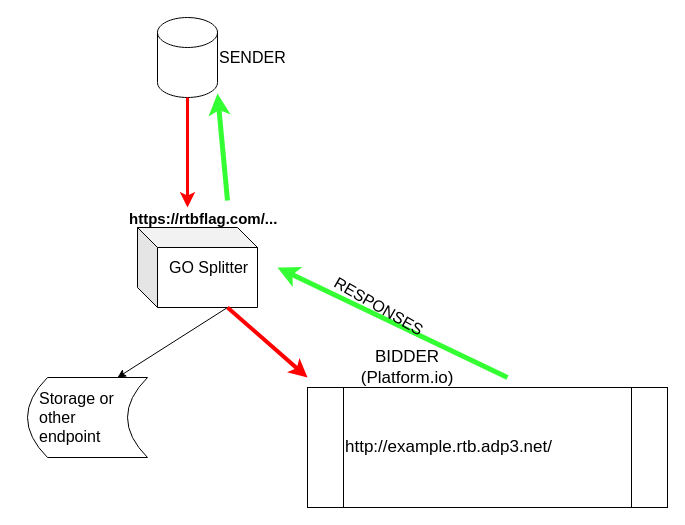
Before: Untitled Diagram.drawio in jenbrannstrom/rtb-listener, a draw.io diagram. Source tidied: cells renumbered, new cells numbered last; positions are measured from the earlier drawing's top-left corner, leaving out a move shared by most shapes. Both pictures are drawn from the tidied source at 100%, with x=0, y=0 at pixel (27, 17).
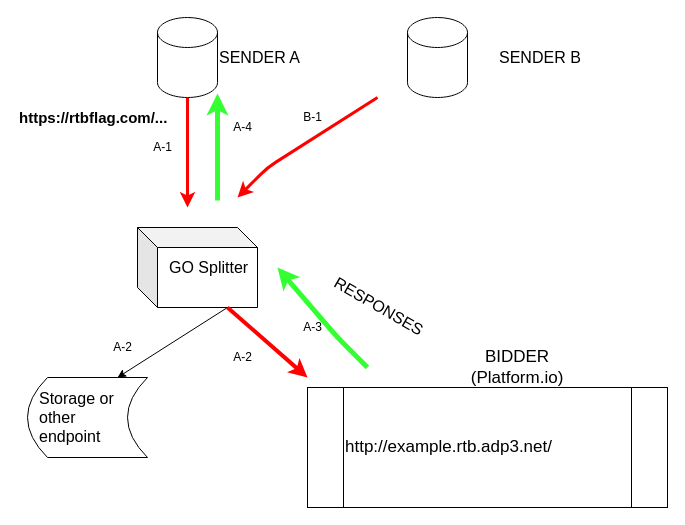
The same diagram, later.

What changed in the source:
```diff
@@
-    <mxCell id="3" value="&lt;span style=&quot;font-size: 16px&quot;&gt;SENDER&lt;/span&gt;" style="text;html=1;strokeColor=none;fillColor=none;align=left;verticalAlign=middle;whiteSpace=wrap;rounded=0;" parent="1" vertex="1">
+    <mxCell id="3" value="&lt;span style=&quot;font-size: 16px&quot;&gt;SENDER A&lt;/span&gt;" style="text;html=1;strokeColor=none;fillColor=none;align=left;verticalAlign=middle;whiteSpace=wrap;rounded=0;" parent="1" vertex="1">
       <mxGeometry x="190" y="30" width="90" height="20" as="geometry" />
     </mxCell>
@@
     <mxCell id="9" value="&lt;font style=&quot;font-size: 15px&quot;&gt;&lt;b&gt;https://rtbflag.com/...&lt;/b&gt;&lt;/font&gt;" style="text;whiteSpace=wrap;html=1;" parent="1" vertex="1">
-      <mxGeometry x="100" y="186" width="160" height="30" as="geometry" />
+      <mxGeometry x="-10" y="85" width="190" height="30" as="geometry" />
     </mxCell>
@@
     <mxCell id="12" value="BIDDER&lt;br&gt;(Platform.io)" style="text;html=1;strokeColor=none;fillColor=none;align=center;verticalAlign=middle;whiteSpace=wrap;rounded=0;fontSize=17;" parent="1" vertex="1">
-      <mxGeometry x="360" y="340" width="40" height="20" as="geometry" />
+      <mxGeometry x="470" y="340" width="40" height="20" as="geometry" />
     </mxCell>
     <mxCell id="13" style="endArrow=classic;html=1;fontSize=22;strokeWidth=5;strokeColor=#33FF33;" parent="1" edge="1">
       <mxGeometry relative="1" as="geometry">
-        <mxPoint x="480" y="360" as="sourcePoint" />
+        <mxPoint x="340" y="350" as="sourcePoint" />
         <mxPoint x="250" y="250" as="targetPoint" />
+        <Array as="points">
+          <mxPoint x="310" y="320" />
+        </Array>
       </mxGeometry>
     </mxCell>
@@
-    <mxCell id="15" style="endArrow=classic;html=1;fontSize=22;strokeWidth=5;exitX=0.625;exitY=-0.1;exitDx=0;exitDy=0;exitPerimeter=0;strokeColor=#33FF33;" parent="1" edge="1" source="9">
+    <mxCell id="15" style="endArrow=classic;html=1;fontSize=22;strokeWidth=5;strokeColor=#33FF33;" parent="1" edge="1">
       <mxGeometry relative="1" as="geometry">
+        <mxPoint x="190" y="183" as="sourcePoint" />
         <mxPoint x="190" y="76" as="targetPoint" />
       </mxGeometry>
     </mxCell>
@@
+    <mxCell id="17" style="shape=cylinder3;whiteSpace=wrap;html=1;boundedLbl=1;backgroundOutline=1;size=15;" parent="1" vertex="1">
+      <mxGeometry x="380" width="60" height="80" as="geometry" />
+    </mxCell>
+    <mxCell id="18" value="&lt;span style=&quot;font-size: 16px&quot;&gt;SENDER B&lt;/span&gt;" style="text;html=1;strokeColor=none;fillColor=none;align=left;verticalAlign=middle;whiteSpace=wrap;rounded=0;" parent="1" vertex="1">
+      <mxGeometry x="470" y="30" width="90" height="20" as="geometry" />
+    </mxCell>
+    <mxCell id="19" style="endArrow=classic;html=1;strokeColor=#FF0000;strokeWidth=3;" parent="1" edge="1">
+      <mxGeometry relative="1" as="geometry">
+        <mxPoint x="350" y="80" as="sourcePoint" />
+        <mxPoint x="210" y="180" as="targetPoint" />
+        <Array as="points">
+          <mxPoint x="240" y="150" />
+        </Array>
+      </mxGeometry>
+    </mxCell>
+    <mxCell id="20" value="A-1" style="text;html=1;align=center;verticalAlign=middle;fillColor=none;strokeColor=none;rounded=0;" parent="1" vertex="1">
+      <mxGeometry x="120" y="120" width="30" height="20" as="geometry" />
+    </mxCell>
+    <mxCell id="21" value="A-2" style="text;html=1;align=center;verticalAlign=middle;fillColor=none;strokeColor=none;rounded=0;" parent="1" vertex="1">
+      <mxGeometry x="200" y="330" width="30" height="20" as="geometry" />
+    </mxCell>
+    <mxCell id="22" value="A-2" style="text;html=1;align=center;verticalAlign=middle;fillColor=none;strokeColor=none;rounded=0;" parent="1" vertex="1">
+      <mxGeometry x="80" y="320" width="30" height="20" as="geometry" />
+    </mxCell>
+    <mxCell id="23" value="A-3" style="text;html=1;align=center;verticalAlign=middle;fillColor=none;strokeColor=none;rounded=0;" parent="1" vertex="1">
+      <mxGeometry x="270" y="300" width="30" height="20" as="geometry" />
+    </mxCell>
+    <mxCell id="24" value="A-4" style="text;html=1;align=center;verticalAlign=middle;fillColor=none;strokeColor=none;rounded=0;" parent="1" vertex="1">
+      <mxGeometry x="200" y="100" width="30" height="20" as="geometry" />
+    </mxCell>
+    <mxCell id="25" value="B-1" style="text;html=1;align=center;verticalAlign=middle;fillColor=none;strokeColor=none;rounded=0;" parent="1" vertex="1">
+      <mxGeometry x="270" y="90" width="30" height="20" as="geometry" />
+    </mxCell>
```
